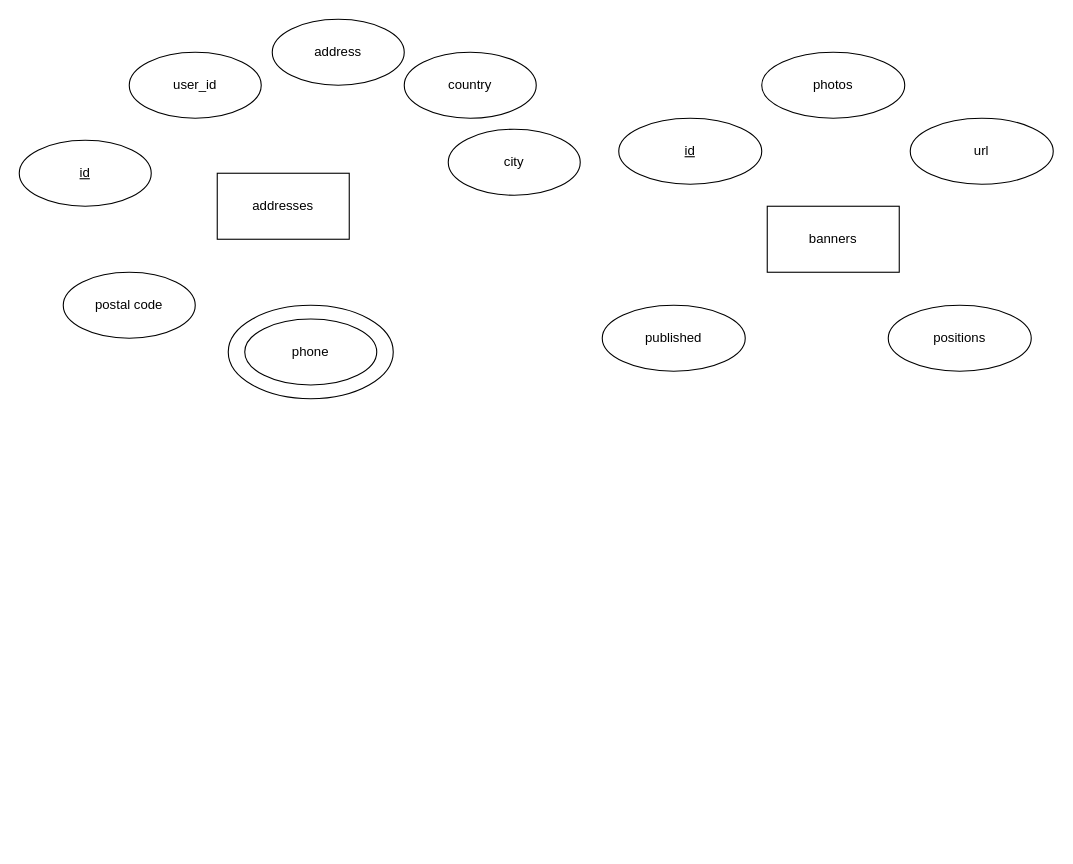
This is Untitled Diagram.drawio from mmoinislam/hello, a draw.io file, before an edit. Source tidied: cells renumbered, new cells numbered last; positions are measured from the earlier drawing's top-left corner, leaving out a move shared by most shapes. Both pictures are drawn from the tidied source at 110%, with x=0, y=0 at pixel (19, 19).
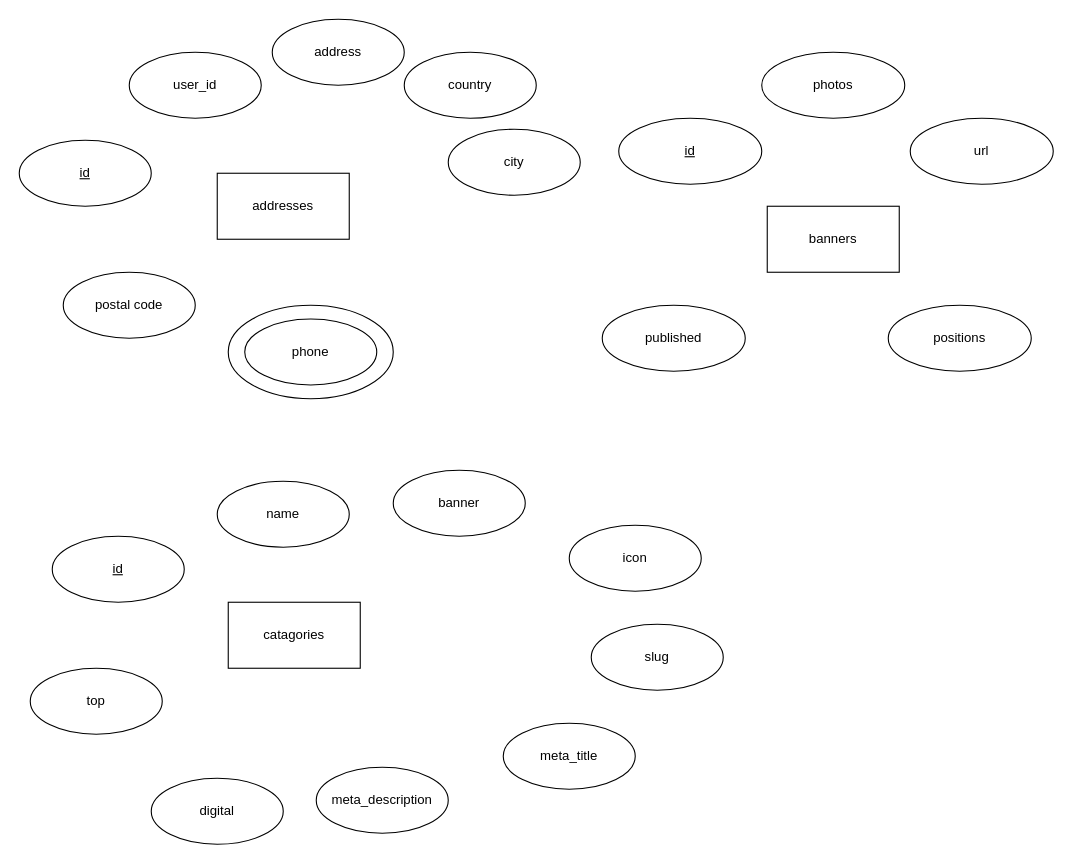
After the change.

The edit, as a diff of the source:
```diff
@@
+    <mxCell id="18" value="catagories" style="rounded=0;whiteSpace=wrap;html=1;" parent="1" vertex="1">
+      <mxGeometry x="190" y="530" width="120" height="60" as="geometry" />
+    </mxCell>
+    <mxCell id="19" value="&lt;u&gt;id&lt;/u&gt;" style="ellipse;whiteSpace=wrap;html=1;" parent="1" vertex="1">
+      <mxGeometry x="30" y="470" width="120" height="60" as="geometry" />
+    </mxCell>
+    <mxCell id="20" value="name" style="ellipse;whiteSpace=wrap;html=1;" parent="1" vertex="1">
+      <mxGeometry x="180" y="420" width="120" height="60" as="geometry" />
+    </mxCell>
+    <mxCell id="21" value="banner" style="ellipse;whiteSpace=wrap;html=1;" parent="1" vertex="1">
+      <mxGeometry x="340" y="410" width="120" height="60" as="geometry" />
+    </mxCell>
+    <mxCell id="22" value="icon" style="ellipse;whiteSpace=wrap;html=1;" parent="1" vertex="1">
+      <mxGeometry x="500" y="460" width="120" height="60" as="geometry" />
+    </mxCell>
+    <mxCell id="23" value="slug" style="ellipse;whiteSpace=wrap;html=1;" parent="1" vertex="1">
+      <mxGeometry x="520" y="550" width="120" height="60" as="geometry" />
+    </mxCell>
+    <mxCell id="24" value="meta_title" style="ellipse;whiteSpace=wrap;html=1;" parent="1" vertex="1">
+      <mxGeometry x="440" y="640" width="120" height="60" as="geometry" />
+    </mxCell>
+    <mxCell id="25" value="meta_description" style="ellipse;whiteSpace=wrap;html=1;" parent="1" vertex="1">
+      <mxGeometry x="270" y="680" width="120" height="60" as="geometry" />
+    </mxCell>
+    <mxCell id="26" value="digital" style="ellipse;whiteSpace=wrap;html=1;" parent="1" vertex="1">
+      <mxGeometry x="120" y="690" width="120" height="60" as="geometry" />
+    </mxCell>
+    <mxCell id="27" value="top" style="ellipse;whiteSpace=wrap;html=1;" parent="1" vertex="1">
+      <mxGeometry x="10" y="590" width="120" height="60" as="geometry" />
+    </mxCell>
```
